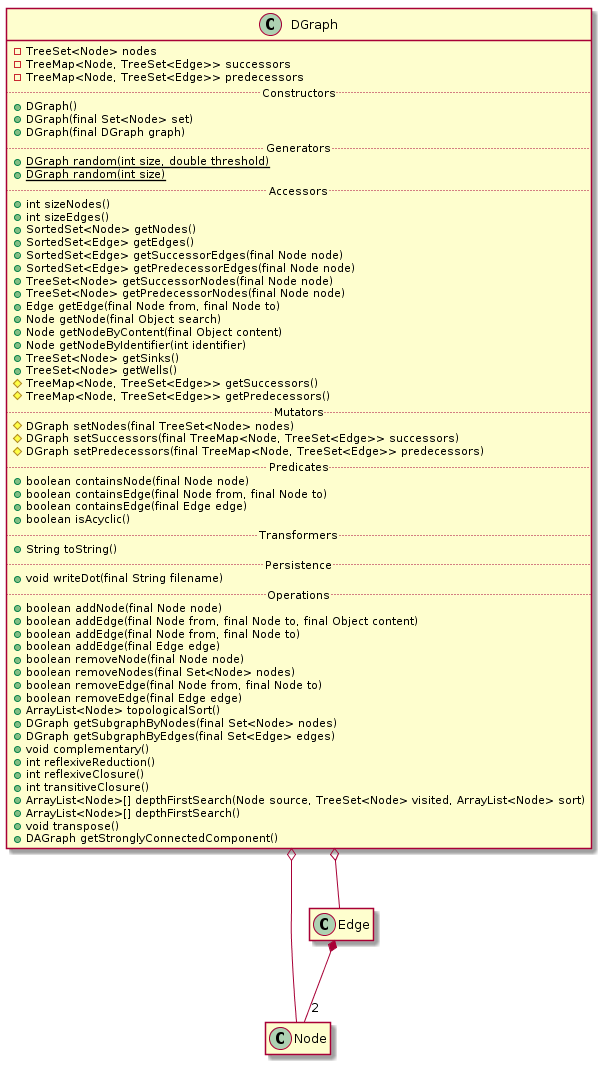
EstrellaRL/java-lattices keeps this PlantUML diagram as api/dgraph/DGraph.png. Above is the earlier version.
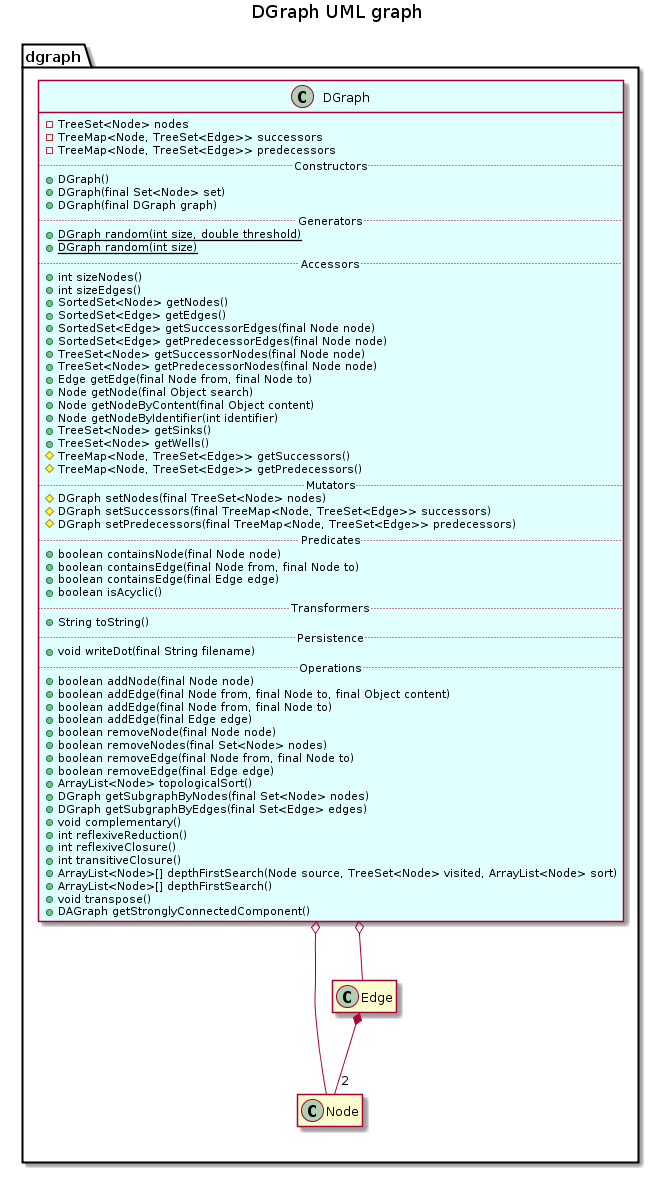
The same diagram one commit later.

What changed in the source:
```diff
@@ -1,142 +1,122 @@
 @startuml DGraph.png
-class DGraph {
-    -TreeSet<Node> nodes
-    -TreeMap<Node, TreeSet<Edge>> successors
-    -TreeMap<Node, TreeSet<Edge>> predecessors
-	.. Constructors ..
-    +DGraph()
-    +DGraph(final Set<Node> set)
-    +DGraph(final DGraph graph)
-	.. Generators ..
-    +{static}DGraph random(int size, double threshold)
-    +{static}DGraph random(int size)
-	.. Accessors ..
-    +int sizeNodes()
-    +int sizeEdges()
-    +SortedSet<Node> getNodes()
-    +SortedSet<Edge> getEdges()
-    +SortedSet<Edge> getSuccessorEdges(final Node node)
-    +SortedSet<Edge> getPredecessorEdges(final Node node)
-    +TreeSet<Node> getSuccessorNodes(final Node node)
-    +TreeSet<Node> getPredecessorNodes(final Node node)
-    +Edge getEdge(final Node from, final Node to)
-    +Node getNode(final Object search)
-    +Node getNodeByContent(final Object content)
-    +Node getNodeByIdentifier(int identifier)
-    +TreeSet<Node> getSinks()
-    +TreeSet<Node> getWells()
-    #TreeMap<Node, TreeSet<Edge>> getSuccessors()
-    #TreeMap<Node, TreeSet<Edge>> getPredecessors()
-	.. Mutators ..
-    #DGraph setNodes(final TreeSet<Node> nodes)
-    #DGraph setSuccessors(final TreeMap<Node, TreeSet<Edge>> successors)
-    #DGraph setPredecessors(final TreeMap<Node, TreeSet<Edge>> predecessors)
-    .. Predicates ..
-    +boolean containsNode(final Node node)
-    +boolean containsEdge(final Node from, final Node to)
-    +boolean containsEdge(final Edge edge)
-    +boolean isAcyclic()
-	.. Transformers ..
-    +String toString()
-    .. Persistence ..
-    +void writeDot(final String filename)
-	.. Operations ..
-    +boolean addNode(final Node node)
-    +boolean addEdge(final Node from, final Node to, final Object content)
-    +boolean addEdge(final Node from, final Node to)
-    +boolean addEdge(final Edge edge)
-    +boolean removeNode(final Node node)
-    +boolean removeNodes(final Set<Node> nodes)
-    +boolean removeEdge(final Node from, final Node to)
-    +boolean removeEdge(final Edge edge)
-    +ArrayList<Node> topologicalSort()
-    +DGraph getSubgraphByNodes(final Set<Node> nodes)
-    +DGraph getSubgraphByEdges(final Set<Edge> edges)
-    +void complementary()
-    +int reflexiveReduction()
-    +int reflexiveClosure()
-    +int transitiveClosure()
-    +ArrayList<Node>[] depthFirstSearch(Node source, TreeSet<Node> visited, ArrayList<Node> sort)
-    +ArrayList<Node>[] depthFirstSearch()
-    +void transpose()
-    +DAGraph getStronglyConnectedComponent()
+package dgraph {
+    class DGraph {
+        -TreeSet<Node> nodes
+        -TreeMap<Node, TreeSet<Edge>> successors
+        -TreeMap<Node, TreeSet<Edge>> predecessors
+        .. Constructors ..
+        +DGraph()
+        +DGraph(final Set<Node> set)
+        +DGraph(final DGraph graph)
+        .. Generators ..
+        +{static}DGraph random(int size, double threshold)
+        +{static}DGraph random(int size)
+        .. Accessors ..
+        +int sizeNodes()
+        +int sizeEdges()
+        +SortedSet<Node> getNodes()
+        +SortedSet<Edge> getEdges()
+        +SortedSet<Edge> getSuccessorEdges(final Node node)
+        +SortedSet<Edge> getPredecessorEdges(final Node node)
+        +TreeSet<Node> getSuccessorNodes(final Node node)
+        +TreeSet<Node> getPredecessorNodes(final Node node)
+        +Edge getEdge(final Node from, final Node to)
+        +Node getNode(final Object search)
+        +Node getNodeByContent(final Object content)
+        +Node getNodeByIdentifier(int identifier)
+        +TreeSet<Node> getSinks()
+        +TreeSet<Node> getWells()
+        #TreeMap<Node, TreeSet<Edge>> getSuccessors()
+        #TreeMap<Node, TreeSet<Edge>> getPredecessors()
+        .. Mutators ..
+        #DGraph setNodes(final TreeSet<Node> nodes)
+        #DGraph setSuccessors(final TreeMap<Node, TreeSet<Edge>> successors)
+        #DGraph setPredecessors(final TreeMap<Node, TreeSet<Edge>> predecessors)
+        .. Predicates ..
+        +boolean containsNode(final Node node)
+        +boolean containsEdge(final Node from, final Node to)
+        +boolean containsEdge(final Edge edge)
+        +boolean isAcyclic()
+        .. Transformers ..
+        +String toString()
+        .. Persistence ..
+        +void writeDot(final String filename)
+        .. Operations ..
+        +boolean addNode(final Node node)
+        +boolean addEdge(final Node from, final Node to, final Object content)
+        +boolean addEdge(final Node from, final Node to)
+        +boolean addEdge(final Edge edge)
+        +boolean removeNode(final Node node)
+        +boolean removeNodes(final Set<Node> nodes)
+        +boolean removeEdge(final Node from, final Node to)
+        +boolean removeEdge(final Edge edge)
+        +ArrayList<Node> topologicalSort()
+        +DGraph getSubgraphByNodes(final Set<Node> nodes)
+        +DGraph getSubgraphByEdges(final Set<Edge> edges)
+        +void complementary()
+        +int reflexiveReduction()
+        +int reflexiveClosure()
+        +int transitiveClosure()
+        +ArrayList<Node>[] depthFirstSearch(Node source, TreeSet<Node> visited, ArrayList<Node> sort)
+        +ArrayList<Node>[] depthFirstSearch()
+        +void transpose()
+        +DAGraph getStronglyConnectedComponent()
+    }
+
+    DGraph o-- Node
+    DGraph o-- Edge
 }
+package dgraph {
+    class Edge {
+        -Node from
+        -Node to
+        -Object content
+        .. Constructors ..
+        +Edge(final Node from, final Node to, final Object content)
+        +Edge(final Node from, final Node to)
+        .. Accessors ..
+        +Node getFrom()
+        +Node getTo()
+        +Object getContent()
+        .. Mutators ..
+        +Edge setContent(final Object content)
+        .. Predicates ..
+        +boolean hasContent()
+        .. Transformers ..
+        +String toString()
+        +String toDot()
+        .. Comparators ..
+        +int compareTo(final Object object)
+    }
 
-
-DGraph o-- Node
-DGraph o-- Edge
-
-class Node {
-	-int identifier
-    -Object content
-    -{static} int count = 0
-	.. Constructors ..
-    +Node(final Object content)
-    +Node()
-    +Node(final Node node)
-	.. Creators ..
-    +Node copy()
-	.. Accessors ..
-    +int getIdentifier()
-    +Object getContent()
-	.. Transformers ..
-    +String toString()
-    +String toDot()
-	.. Comparators ..
-    +boolean equals(final Object object)
-    +int hashCode()
-    +int compareTo(final Object object)
+    Edge *-- "2" Node
 }
-
-class Edge {
-    -Node from
-    -Node to
-    -Object content
-	.. Constructors ..
-    +Edge(final Node from, final Node to, final Object content)
-    +Edge(final Node from, final Node to)
-	.. Accessors ..
-    +Node getFrom()
-    +Node getTo()
-    +Object getContent()
-	.. Mutators ..
-    +Edge setContent(final Object content)
-    .. Predicates ..
-    +boolean hasContent()
-	.. Transformers ..
-    +String toString()
-    +String toDot()
-	.. Comparators ..
-    +int compareTo(final Object object)
+package dgraph {
+    class Node {
+        -int identifier
+        -Object content
+        -{static} int count = 0
+        .. Constructors ..
+        +Node(final Object content)
+        +Node()
+        +Node(final Node node)
+        .. Creators ..
+        +Node copy()
+        .. Accessors ..
+        +int getIdentifier()
+        +Object getContent()
+        .. Transformers ..
+        +String toString()
+        +String toDot()
+        .. Comparators ..
+        +boolean equals(final Object object)
+        +int hashCode()
+        +int compareTo(final Object object)
+    }
 }
-
-Edge *-- "2" Node
-
-class Node {
-	-int identifier
-    -Object content
-    -{static} int count = 0
-	.. Constructors ..
-    +Node(final Object content)
-    +Node()
-    +Node(final Node node)
-	.. Creators ..
-    +Node copy()
-	.. Accessors ..
-    +int getIdentifier()
-    +Object getContent()
-	.. Transformers ..
-    +String toString()
-    +String toDot()
-	.. Comparators ..
-    +boolean equals(final Object object)
-    +int hashCode()
-    +int compareTo(final Object object)
-}
-
-
-
 
  hide members
  show DGraph members
+ class DGraph #LightCyan
+ title DGraph UML graph
 @enduml
```
